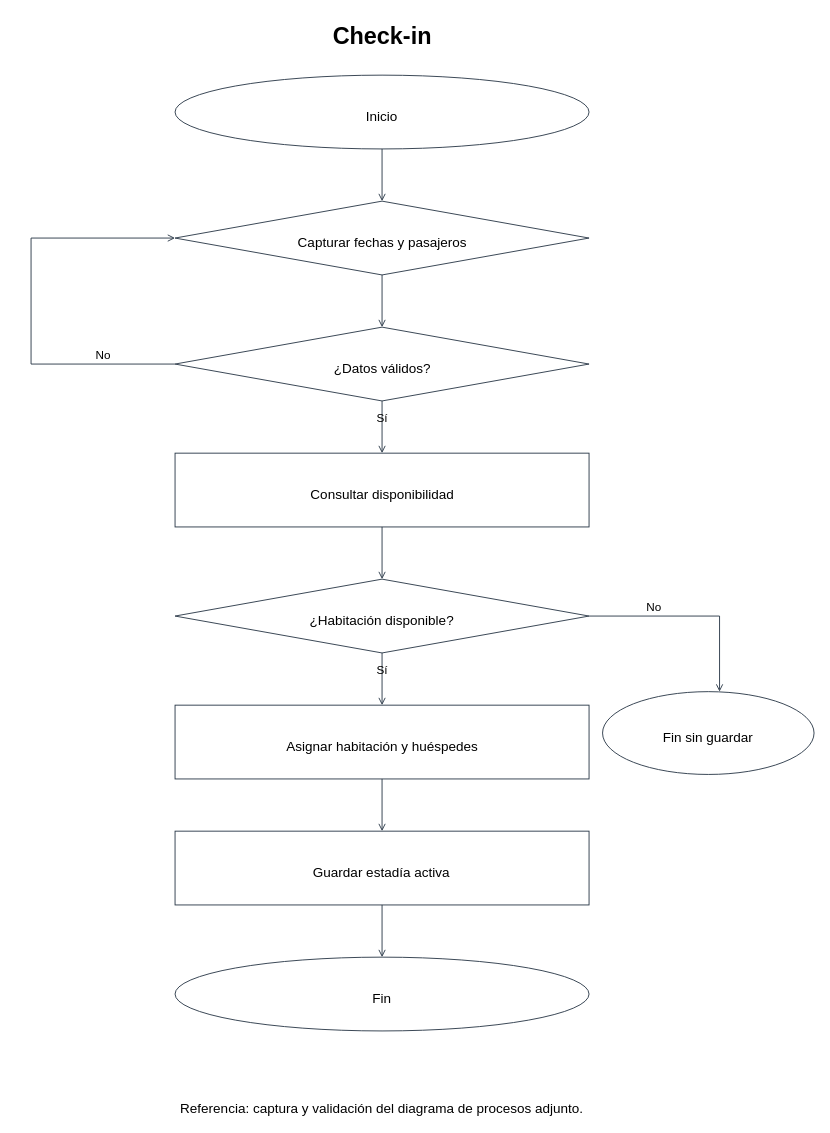
Earlier version of the draw.io diagram diagramas-editables/flujo-check-in.drawio (Yutre3/hotel-duerme-bien). Source tidied: cells renumbered, new cells numbered last; positions are measured from the earlier drawing's top-left corner, leaving out a move shared by most shapes. Both pictures are drawn from the tidied source at 90%, with x=0, y=0 at pixel (31, 16).
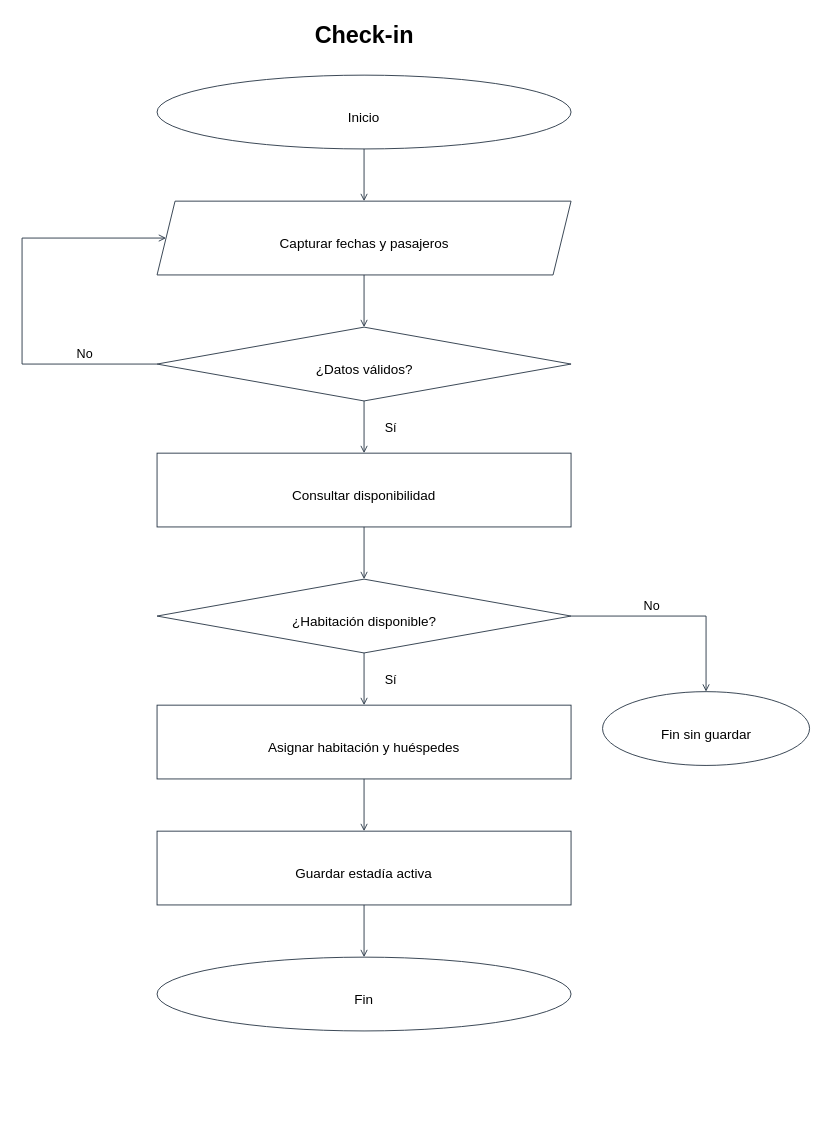
Above is the later version.

The edit, as a diff of the source:
```diff
@@
+    <mxCell id="38" value="Check-in" style="text;html=0;whiteSpace=wrap;strokeColor=none;fillColor=none;align=center;fontSize=26.0;fontStyle=1;" parent="1" vertex="1">
+      <mxGeometry x="307.6" y="-1" width="124.8" height="36.4" as="geometry" />
+    </mxCell>
+    <mxCell id="39" style="html=0;strokeColor=#263545;fillColor=#ffffff;shape=ellipse;" parent="1" vertex="1">
+      <mxGeometry x="140" y="65" width="460" height="82" as="geometry" />
+    </mxCell>
+    <mxCell id="40" value="Inicio" style="text;html=0;whiteSpace=wrap;strokeColor=none;fillColor=none;align=center;fontSize=15.0;fontStyle=0;" parent="1" vertex="1">
+      <mxGeometry x="343" y="97" width="54" height="21" as="geometry" />
+    </mxCell>
+    <mxCell id="41" style="html=0;strokeColor=#263545;endArrow=open;" parent="1" edge="1">
+      <mxGeometry relative="1" as="geometry">
+        <mxPoint x="370" y="147" as="sourcePoint" />
+        <mxPoint x="370" y="205" as="targetPoint" />
+      </mxGeometry>
+    </mxCell>
+    <mxCell id="42" style="html=0;strokeColor=#263545;fillColor=#ffffff;shape=parallelogram;fixedSize=1;size=20;" parent="1" vertex="1">
+      <mxGeometry x="140" y="205" width="460" height="82" as="geometry" />
+    </mxCell>
+    <mxCell id="43" value="Capturar fechas y pasajeros" style="text;html=0;whiteSpace=wrap;strokeColor=none;fillColor=none;align=center;fontSize=15.0;fontStyle=0;" parent="1" vertex="1">
+      <mxGeometry x="248.5" y="237" width="243" height="21" as="geometry" />
+    </mxCell>
-    <mxCell id="2" value="Check-in" style="text;html=0;whiteSpace=wrap;strokeColor=none;fillColor=none;align=center;fontSize=26.0;fontStyle=1;strokeColor=#263545;fillColor=#ffffff;strokeColor=none;fillColor=none;" parent="1" vertex="1">
-      <mxGeometry x="325.7" y="0.1" width="128.6" height="39" as="geometry" />
+    <mxCell id="2" style="html=0;strokeColor=#263545;endArrow=open;" parent="1" edge="1">
+      <mxGeometry relative="1" as="geometry">
+        <mxPoint x="370" y="287" as="sourcePoint" />
+        <mxPoint x="370" y="345" as="targetPoint" />
+      </mxGeometry>
     </mxCell>
-    <mxCell id="3" style="ellipse;whiteSpace=wrap;html=0;strokeColor=#263545;fillColor=#ffffff;" parent="1" vertex="1">
-      <mxGeometry x="160" y="65" width="460" height="82" as="geometry" />
+    <mxCell id="3" style="html=0;strokeColor=#263545;fillColor=#ffffff;shape=rhombus;" parent="1" vertex="1">
+      <mxGeometry x="140" y="345" width="460" height="82" as="geometry" />
     </mxCell>
-    <mxCell id="4" value="Inicio" style="text;html=0;whiteSpace=wrap;strokeColor=none;fillColor=none;align=center;fontSize=15.0;fontStyle=0;strokeColor=#263545;fillColor=#ffffff;strokeColor=none;fillColor=none;" parent="1" vertex="1">
-      <mxGeometry x="359.9" y="94.8" width="60.2" height="22.5" as="geometry" />
+    <mxCell id="4" value="¿Datos válidos?" style="text;html=0;whiteSpace=wrap;strokeColor=none;fillColor=none;align=center;fontSize=15.0;fontStyle=0;" parent="1" vertex="1">
+      <mxGeometry x="302.5" y="377" width="135" height="21" as="geometry" />
     </mxCell>
-    <mxCell id="5" style="endArrow=open;html=0;strokeColor=#263545;" parent="1" edge="1">
+    <mxCell id="5" style="html=0;strokeColor=#263545;endArrow=open;" parent="1" edge="1">
       <mxGeometry relative="1" as="geometry">
-        <mxPoint x="390" y="147" as="sourcePoint" />
-        <mxPoint x="390" y="205" as="targetPoint" />
+        <mxPoint x="370" y="427" as="sourcePoint" />
+        <mxPoint x="370" y="485" as="targetPoint" />
       </mxGeometry>
     </mxCell>
-    <mxCell id="6" style="rhombus;strokeColor=#263545;fillColor=#ffffff;" parent="1" vertex="1">
-      <mxGeometry x="160" y="205" width="460" height="82" as="geometry" />
+    <mxCell id="6" value="Sí" style="text;html=0;whiteSpace=wrap;strokeColor=none;fillColor=none;align=center;fontSize=14.0;fontStyle=0;" parent="1" vertex="1">
+      <mxGeometry x="380" y="442" width="40" height="19.6" as="geometry" />
     </mxCell>
-    <mxCell id="7" value="Capturar fechas y pasajeros" style="text;html=0;whiteSpace=wrap;strokeColor=none;fillColor=none;align=center;fontSize=15.0;fontStyle=0;strokeColor=#263545;fillColor=#ffffff;strokeColor=none;fillColor=none;" parent="1" vertex="1">
-      <mxGeometry x="268.6" y="234.8" width="242.9" height="22.5" as="geometry" />
+    <mxCell id="7" style="html=0;strokeColor=#263545;fillColor=#ffffff;shape=rectangle;" parent="1" vertex="1">
+      <mxGeometry x="140" y="485" width="460" height="82" as="geometry" />
     </mxCell>
-    <mxCell id="8" style="endArrow=open;html=0;strokeColor=#263545;" parent="1" edge="1">
-      <mxGeometry relative="1" as="geometry">
-        <mxPoint x="390" y="287" as="sourcePoint" />
-        <mxPoint x="390" y="345" as="targetPoint" />
-      </mxGeometry>
+    <mxCell id="8" value="Consultar disponibilidad" style="text;html=0;whiteSpace=wrap;strokeColor=none;fillColor=none;align=center;fontSize=15.0;fontStyle=0;" parent="1" vertex="1">
+      <mxGeometry x="262" y="517" width="216" height="21" as="geometry" />
     </mxCell>
-    <mxCell id="9" style="rhombus;strokeColor=#263545;fillColor=#ffffff;" parent="1" vertex="1">
-      <mxGeometry x="160" y="345" width="460" height="82" as="geometry" />
+    <mxCell id="9" style="html=0;strokeColor=#263545;endArrow=open;" parent="1" edge="1">
+      <mxGeometry relative="1" as="geometry">
+        <mxPoint x="370" y="567" as="sourcePoint" />
+        <mxPoint x="370" y="625" as="targetPoint" />
+      </mxGeometry>
     </mxCell>
-    <mxCell id="10" value="¿Datos válidos?" style="text;html=0;whiteSpace=wrap;strokeColor=none;fillColor=none;align=center;fontSize=15.0;fontStyle=0;strokeColor=#263545;fillColor=#ffffff;strokeColor=none;fillColor=none;" parent="1" vertex="1">
-      <mxGeometry x="320.8" y="374.8" width="138.5" height="22.5" as="geometry" />
+    <mxCell id="10" style="html=0;strokeColor=#263545;fillColor=#ffffff;shape=rhombus;" parent="1" vertex="1">
+      <mxGeometry x="140" y="625" width="460" height="82" as="geometry" />
     </mxCell>
-    <mxCell id="11" style="endArrow=open;html=0;strokeColor=#263545;" parent="1" edge="1">
-      <mxGeometry relative="1" as="geometry">
-        <mxPoint x="390" y="427" as="sourcePoint" />
-        <mxPoint x="390" y="485" as="targetPoint" />
-      </mxGeometry>
+    <mxCell id="11" value="¿Habitación disponible?" style="text;html=0;whiteSpace=wrap;strokeColor=none;fillColor=none;align=center;fontSize=15.0;fontStyle=0;" parent="1" vertex="1">
+      <mxGeometry x="266.5" y="657" width="207" height="21" as="geometry" />
     </mxCell>
-    <mxCell id="12" value="Sí" style="text;html=0;whiteSpace=wrap;strokeColor=none;fillColor=none;align=center;fontSize=13.0;fontStyle=0;strokeColor=#263545;fillColor=#ffffff;strokeColor=none;fillColor=none;" parent="1" vertex="1">
-      <mxGeometry x="378.5" y="432.1" width="23.1" height="19.5" as="geometry" />
+    <mxCell id="12" style="html=0;strokeColor=#263545;endArrow=open;" parent="1" edge="1">
+      <mxGeometry relative="1" as="geometry">
+        <mxPoint x="370" y="707" as="sourcePoint" />
+        <mxPoint x="370" y="765" as="targetPoint" />
+      </mxGeometry>
     </mxCell>
-    <mxCell id="13" style="whiteSpace=wrap;html=0;strokeColor=#263545;fillColor=#ffffff;" parent="1" vertex="1">
-      <mxGeometry x="160" y="485" width="460" height="82" as="geometry" />
+    <mxCell id="13" value="Sí" style="text;html=0;whiteSpace=wrap;strokeColor=none;fillColor=none;align=center;fontSize=14.0;fontStyle=0;" parent="1" vertex="1">
+      <mxGeometry x="380" y="722" width="40" height="19.6" as="geometry" />
     </mxCell>
-    <mxCell id="14" value="Consultar disponibilidad" style="text;html=0;whiteSpace=wrap;strokeColor=none;fillColor=none;align=center;fontSize=15.0;fontStyle=0;strokeColor=#263545;fillColor=#ffffff;strokeColor=none;fillColor=none;" parent="1" vertex="1">
-      <mxGeometry x="281.6" y="514.8" width="216.8" height="22.5" as="geometry" />
+    <mxCell id="14" style="html=0;strokeColor=#263545;fillColor=#ffffff;shape=rectangle;" parent="1" vertex="1">
+      <mxGeometry x="140" y="765" width="460" height="82" as="geometry" />
     </mxCell>
-    <mxCell id="15" style="endArrow=open;html=0;strokeColor=#263545;" parent="1" edge="1">
-      <mxGeometry relative="1" as="geometry">
-        <mxPoint x="390" y="567" as="sourcePoint" />
-        <mxPoint x="390" y="625" as="targetPoint" />
-      </mxGeometry>
+    <mxCell id="15" value="Asignar habitación y huéspedes" style="text;html=0;whiteSpace=wrap;strokeColor=none;fillColor=none;align=center;fontSize=15.0;fontStyle=0;" parent="1" vertex="1">
+      <mxGeometry x="235" y="797" width="270" height="21" as="geometry" />
     </mxCell>
-    <mxCell id="16" style="rhombus;strokeColor=#263545;fillColor=#ffffff;" parent="1" vertex="1">
-      <mxGeometry x="160" y="625" width="460" height="82" as="geometry" />
+    <mxCell id="16" style="html=0;strokeColor=#263545;endArrow=open;" parent="1" edge="1">
+      <mxGeometry relative="1" as="geometry">
+        <mxPoint x="370" y="847" as="sourcePoint" />
+        <mxPoint x="370" y="905" as="targetPoint" />
+      </mxGeometry>
     </mxCell>
-    <mxCell id="17" value="¿Habitación disponible?" style="text;html=0;whiteSpace=wrap;strokeColor=none;fillColor=none;align=center;fontSize=15.0;fontStyle=0;strokeColor=#263545;fillColor=#ffffff;strokeColor=none;fillColor=none;" parent="1" vertex="1">
-      <mxGeometry x="285.9" y="654.8" width="208.1" height="22.5" as="geometry" />
+    <mxCell id="17" style="html=0;strokeColor=#263545;fillColor=#ffffff;shape=rectangle;" parent="1" vertex="1">
+      <mxGeometry x="140" y="905" width="460" height="82" as="geometry" />
     </mxCell>
-    <mxCell id="18" style="endArrow=open;html=0;strokeColor=#263545;" parent="1" edge="1">
-      <mxGeometry relative="1" as="geometry">
-        <mxPoint x="390" y="707" as="sourcePoint" />
-        <mxPoint x="390" y="765" as="targetPoint" />
-      </mxGeometry>
+    <mxCell id="18" value="Guardar estadía activa" style="text;html=0;whiteSpace=wrap;strokeColor=none;fillColor=none;align=center;fontSize=15.0;fontStyle=0;" parent="1" vertex="1">
+      <mxGeometry x="271" y="937" width="198" height="21" as="geometry" />
     </mxCell>
-    <mxCell id="19" value="Sí" style="text;html=0;whiteSpace=wrap;strokeColor=none;fillColor=none;align=center;fontSize=13.0;fontStyle=0;strokeColor=#263545;fillColor=#ffffff;strokeColor=none;fillColor=none;" parent="1" vertex="1">
-      <mxGeometry x="378.5" y="712" width="23.1" height="19.5" as="geometry" />
+    <mxCell id="19" style="html=0;strokeColor=#263545;endArrow=open;" parent="1" edge="1">
+      <mxGeometry relative="1" as="geometry">
+        <mxPoint x="370" y="987" as="sourcePoint" />
+        <mxPoint x="370" y="1045" as="targetPoint" />
+      </mxGeometry>
     </mxCell>
-    <mxCell id="20" style="whiteSpace=wrap;html=0;strokeColor=#263545;fillColor=#ffffff;" parent="1" vertex="1">
-      <mxGeometry x="160" y="765" width="460" height="82" as="geometry" />
+    <mxCell id="20" style="html=0;strokeColor=#263545;fillColor=#ffffff;shape=ellipse;" parent="1" vertex="1">
+      <mxGeometry x="140" y="1045" width="460" height="82" as="geometry" />
     </mxCell>
-    <mxCell id="21" value="Asignar habitación y huéspedes" style="text;html=0;whiteSpace=wrap;strokeColor=none;fillColor=none;align=center;fontSize=15.0;fontStyle=0;strokeColor=#263545;fillColor=#ffffff;strokeColor=none;fillColor=none;" parent="1" vertex="1">
-      <mxGeometry x="255.5" y="794.8" width="269" height="22.5" as="geometry" />
+    <mxCell id="21" value="Fin" style="text;html=0;whiteSpace=wrap;strokeColor=none;fillColor=none;align=center;fontSize=15.0;fontStyle=0;" parent="1" vertex="1">
+      <mxGeometry x="350" y="1077" width="40" height="21" as="geometry" />
     </mxCell>
-    <mxCell id="22" style="endArrow=open;html=0;strokeColor=#263545;" parent="1" edge="1">
+    <mxCell id="22" style="html=0;strokeColor=#263545;endArrow=none;" parent="1" edge="1">
       <mxGeometry relative="1" as="geometry">
-        <mxPoint x="390" y="847" as="sourcePoint" />
-        <mxPoint x="390" y="905" as="targetPoint" />
+        <mxPoint x="140" y="386" as="sourcePoint" />
+        <mxPoint x="-10" y="386" as="targetPoint" />
       </mxGeometry>
     </mxCell>
-    <mxCell id="23" style="whiteSpace=wrap;html=0;strokeColor=#263545;fillColor=#ffffff;" parent="1" vertex="1">
-      <mxGeometry x="160" y="905" width="460" height="82" as="geometry" />
+    <mxCell id="23" style="html=0;strokeColor=#263545;endArrow=none;" parent="1" edge="1">
+      <mxGeometry relative="1" as="geometry">
+        <mxPoint x="-10" y="386" as="sourcePoint" />
+        <mxPoint x="-10" y="246" as="targetPoint" />
+      </mxGeometry>
     </mxCell>
-    <mxCell id="24" value="Guardar estadía activa" style="text;html=0;whiteSpace=wrap;strokeColor=none;fillColor=none;align=center;fontSize=15.0;fontStyle=0;strokeColor=#263545;fillColor=#ffffff;strokeColor=none;fillColor=none;" parent="1" vertex="1">
-      <mxGeometry x="290.3" y="934.8" width="199.4" height="22.5" as="geometry" />
+    <mxCell id="24" style="html=0;strokeColor=#263545;endArrow=open;" parent="1" edge="1">
+      <mxGeometry relative="1" as="geometry">
+        <mxPoint x="-10" y="246" as="sourcePoint" />
+        <mxPoint x="150" y="246" as="targetPoint" />
+      </mxGeometry>
     </mxCell>
-    <mxCell id="25" style="endArrow=open;html=0;strokeColor=#263545;" parent="1" edge="1">
-      <mxGeometry relative="1" as="geometry">
-        <mxPoint x="390" y="987" as="sourcePoint" />
-        <mxPoint x="390" y="1045" as="targetPoint" />
-      </mxGeometry>
+    <mxCell id="25" value="No" style="text;html=0;whiteSpace=wrap;strokeColor=none;fillColor=none;align=center;fontSize=14.0;fontStyle=0;" parent="1" vertex="1">
+      <mxGeometry x="40" y="360" width="40" height="19.6" as="geometry" />
     </mxCell>
-    <mxCell id="26" style="ellipse;whiteSpace=wrap;html=0;strokeColor=#263545;fillColor=#ffffff;" parent="1" vertex="1">
-      <mxGeometry x="160" y="1045" width="460" height="82" as="geometry" />
+    <mxCell id="26" style="html=0;strokeColor=#263545;endArrow=none;" parent="1" edge="1">
+      <mxGeometry relative="1" as="geometry">
+        <mxPoint x="600" y="666" as="sourcePoint" />
+        <mxPoint x="750" y="666" as="targetPoint" />
+      </mxGeometry>
     </mxCell>
-    <mxCell id="27" value="Fin" style="text;html=0;whiteSpace=wrap;strokeColor=none;fillColor=none;align=center;fontSize=15.0;fontStyle=0;strokeColor=#263545;fillColor=#ffffff;strokeColor=none;fillColor=none;" parent="1" vertex="1">
-      <mxGeometry x="372.9" y="1074.8" width="34.1" height="22.5" as="geometry" />
+    <mxCell id="27" style="html=0;strokeColor=#263545;endArrow=open;" parent="1" edge="1">
+      <mxGeometry relative="1" as="geometry">
+        <mxPoint x="750" y="666" as="sourcePoint" />
+        <mxPoint x="750" y="750" as="targetPoint" />
+      </mxGeometry>
     </mxCell>
-    <mxCell id="28" style="endArrow=none;html=0;strokeColor=#263545;" parent="1" edge="1">
-      <mxGeometry relative="1" as="geometry">
-        <mxPoint x="160" y="386" as="sourcePoint" />
-        <mxPoint y="386" as="targetPoint" />
-      </mxGeometry>
+    <mxCell id="28" value="No" style="text;html=0;whiteSpace=wrap;strokeColor=none;fillColor=none;align=center;fontSize=14.0;fontStyle=0;" parent="1" vertex="1">
+      <mxGeometry x="670" y="640" width="40" height="19.6" as="geometry" />
     </mxCell>
-    <mxCell id="29" value="No" style="text;html=0;whiteSpace=wrap;strokeColor=none;fillColor=none;align=center;fontSize=13.0;fontStyle=0;strokeColor=#263545;fillColor=#ffffff;strokeColor=none;fillColor=none;" parent="1" vertex="1">
-      <mxGeometry x="68.5" y="362.1" width="23.1" height="19.5" as="geometry" />
+    <mxCell id="29" style="html=0;strokeColor=#263545;fillColor=#ffffff;shape=ellipse;" parent="1" vertex="1">
+      <mxGeometry x="635" y="750" width="230" height="82" as="geometry" />
     </mxCell>
-    <mxCell id="30" style="endArrow=none;html=0;strokeColor=#263545;" parent="1" edge="1">
-      <mxGeometry relative="1" as="geometry">
-        <mxPoint y="386" as="sourcePoint" />
-        <mxPoint y="246" as="targetPoint" />
-      </mxGeometry>
+    <mxCell id="30" value="Fin sin guardar" style="text;html=0;whiteSpace=wrap;strokeColor=none;fillColor=none;align=center;fontSize=15.0;fontStyle=0;" parent="1" vertex="1">
+      <mxGeometry x="682.5" y="782" width="135" height="21" as="geometry" />
     </mxCell>
-    <mxCell id="31" style="endArrow=open;html=0;strokeColor=#263545;" parent="1" edge="1">
-      <mxGeometry relative="1" as="geometry">
-        <mxPoint y="246" as="sourcePoint" />
-        <mxPoint x="160" y="246" as="targetPoint" />
-      </mxGeometry>
-    </mxCell>
-    <mxCell id="32" style="endArrow=none;html=0;strokeColor=#263545;" parent="1" edge="1">
-      <mxGeometry relative="1" as="geometry">
-        <mxPoint x="620" y="666" as="sourcePoint" />
-        <mxPoint x="765" y="666" as="targetPoint" />
-      </mxGeometry>
-    </mxCell>
-    <mxCell id="33" value="No" style="text;html=0;whiteSpace=wrap;strokeColor=none;fillColor=none;align=center;fontSize=13.0;fontStyle=0;strokeColor=#263545;fillColor=#ffffff;strokeColor=none;fillColor=none;" parent="1" vertex="1">
-      <mxGeometry x="681" y="642" width="23.1" height="19.5" as="geometry" />
-    </mxCell>
-    <mxCell id="34" style="ellipse;whiteSpace=wrap;html=0;strokeColor=#263545;fillColor=#ffffff;" parent="1" vertex="1">
-      <mxGeometry x="635" y="750" width="235" height="92" as="geometry" />
-    </mxCell>
-    <mxCell id="35" value="Fin sin guardar" style="text;html=0;whiteSpace=wrap;strokeColor=none;fillColor=none;align=center;fontSize=15.0;fontStyle=0;strokeColor=#263545;fillColor=#ffffff;strokeColor=none;fillColor=none;" parent="1" vertex="1">
-      <mxGeometry x="683.2" y="784.8" width="138.5" height="22.5" as="geometry" />
-    </mxCell>
-    <mxCell id="36" style="endArrow=open;html=0;strokeColor=#263545;" parent="1" edge="1">
-      <mxGeometry relative="1" as="geometry">
-        <mxPoint x="765" y="666" as="sourcePoint" />
-        <mxPoint x="765" y="750" as="targetPoint" />
-      </mxGeometry>
-    </mxCell>
-    <mxCell id="37" value="Referencia: captura y validación del diagrama de procesos adjunto." style="text;html=0;whiteSpace=wrap;strokeColor=none;fillColor=none;align=center;fontSize=15.0;fontStyle=0;strokeColor=#263545;fillColor=#ffffff;strokeColor=none;fillColor=none;" parent="1" vertex="1">
-      <mxGeometry x="98.9" y="1197.8" width="582.2" height="22.5" as="geometry" />
-    </mxCell>
```
